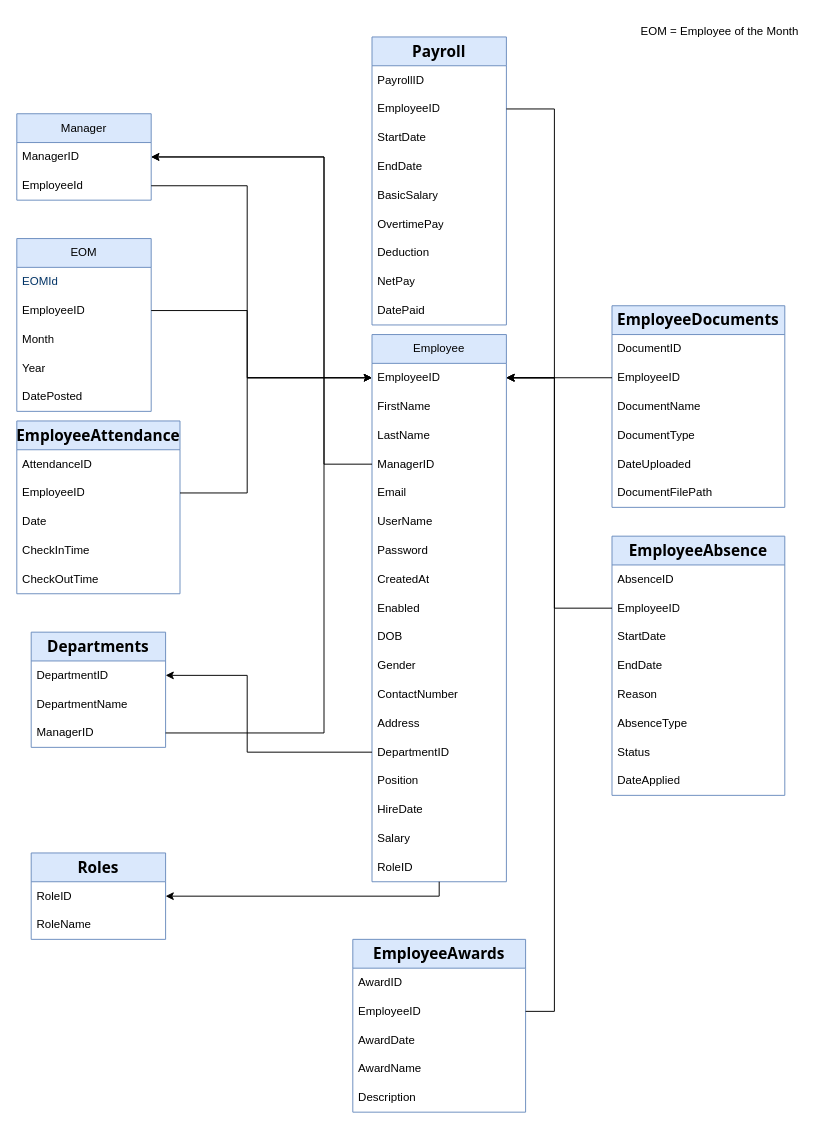
This is UML.drawio from Avin-Salih/UML, a draw.io file, before an edit. Source tidied: cells renumbered, new cells numbered last; positions are measured from the earlier drawing's top-left corner, leaving out a move shared by most shapes. Both pictures are drawn from the tidied source at 96%, with x=0, y=0 at pixel (16, 16).
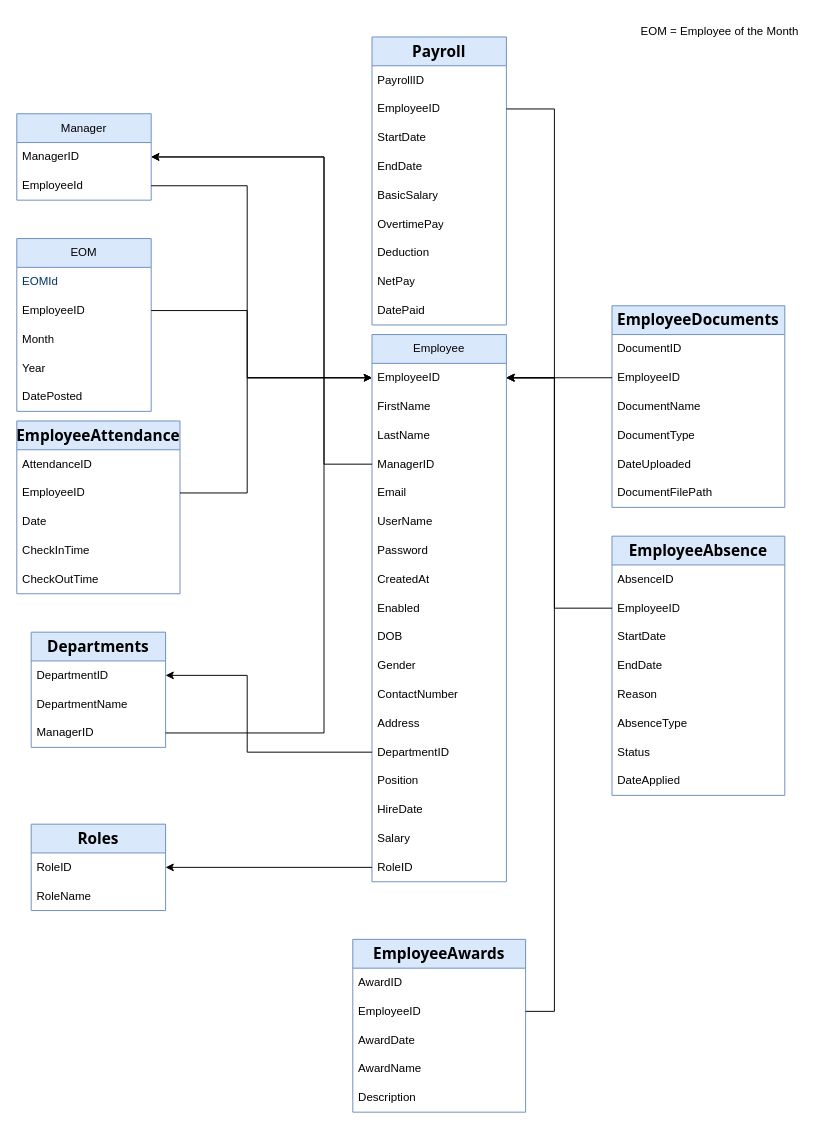
The same page after the edit.

Commit message:
Final UML(Second Mock).drawio

Unchanged cells that the change refers to:
```xml
<mxCell id="20" value="RoleID" style="text;strokeColor=none;fillColor=none;align=left;verticalAlign=middle;spacingLeft=4;spacingRight=4;overflow=hidden;points=[[0,0.5],[1,0.5]];portConstraint=eastwest;whiteSpace=wrap;html=1;" parent="2" vertex="1">
  <mxGeometry y="540" width="140" height="30" as="geometry" />
</mxCell>
<mxCell id="35" value="RoleID" style="text;strokeColor=none;fillColor=none;align=left;verticalAlign=middle;spacingLeft=4;spacingRight=4;overflow=hidden;points=[[0,0.5],[1,0.5]];portConstraint=eastwest;whiteSpace=wrap;html=1;" parent="34" vertex="1">
  <mxGeometry y="30" width="140" height="30" as="geometry" />
</mxCell>
```

Change to the diagram source:
```diff
@@
     <mxCell id="34" value="&lt;strong style=&quot;color: var(--tw-prose-bold); font-size: 16px; border: 0px solid rgb(217, 217, 227); box-sizing: border-box; --tw-border-spacing-x: 0; --tw-border-spacing-y: 0; --tw-translate-x: 0; --tw-translate-y: 0; --tw-rotate: 0; --tw-skew-x: 0; --tw-skew-y: 0; --tw-scale-x: 1; --tw-scale-y: 1; --tw-pan-x: ; --tw-pan-y: ; --tw-pinch-zoom: ; --tw-scroll-snap-strictness: proximity; --tw-gradient-from-position: ; --tw-gradient-via-position: ; --tw-gradient-to-position: ; --tw-ordinal: ; --tw-slashed-zero: ; --tw-numeric-figure: ; --tw-numeric-spacing: ; --tw-numeric-fraction: ; --tw-ring-inset: ; --tw-ring-offset-width: 0px; --tw-ring-offset-color: #fff; --tw-ring-color: rgba(69,89,164,0.5); --tw-ring-offset-shadow: 0 0 transparent; --tw-ring-shadow: 0 0 transparent; --tw-shadow: 0 0 transparent; --tw-shadow-colored: 0 0 transparent; --tw-blur: ; --tw-brightness: ; --tw-contrast: ; --tw-grayscale: ; --tw-hue-rotate: ; --tw-invert: ; --tw-saturate: ; --tw-sepia: ; --tw-drop-shadow: ; --tw-backdrop-blur: ; --tw-backdrop-brightness: ; --tw-backdrop-contrast: ; --tw-backdrop-grayscale: ; --tw-backdrop-hue-rotate: ; --tw-backdrop-invert: ; --tw-backdrop-opacity: ; --tw-backdrop-saturate: ; --tw-backdrop-sepia: ; font-family: Söhne, ui-sans-serif, system-ui, -apple-system, &amp;quot;Segoe UI&amp;quot;, Roboto, Ubuntu, Cantarell, &amp;quot;Noto Sans&amp;quot;, sans-serif, &amp;quot;Helvetica Neue&amp;quot;, Arial, &amp;quot;Apple Color Emoji&amp;quot;, &amp;quot;Segoe UI Emoji&amp;quot;, &amp;quot;Segoe UI Symbol&amp;quot;, &amp;quot;Noto Color Emoji&amp;quot;; text-align: left;&quot;&gt;Roles&lt;/strong&gt;" style="swimlane;fontStyle=0;horizontal=1;startSize=30;whiteSpace=wrap;html=1;fillColor=#dae8fc;strokeColor=#6c8ebf;" parent="1" vertex="1">
-      <mxGeometry x="15" y="871" width="140" height="90" as="geometry" />
+      <mxGeometry x="15" y="841" width="140" height="90" as="geometry" />
     </mxCell>
@@
-    <mxCell id="41" style="edgeStyle=orthogonalEdgeStyle;rounded=0;jettySize=auto;html=1;entryX=1;entryY=0.5;entryDx=0;entryDy=0;" parent="1" edge="1" source="20" target="35">
+    <mxCell id="41" style="edgeStyle=orthogonalEdgeStyle;rounded=0;jettySize=auto;html=1;entryX=1;entryY=0.5;entryDx=0;entryDy=0;exitX=0;exitY=0.5;exitDx=0;exitDy=0;" parent="1" edge="1" source="20" target="35">
       <mxGeometry relative="1" as="geometry">
         <Array as="points">
-          <mxPoint x="155" y="916" />
+          <mxPoint x="155" y="886" />
         </Array>
       </mxGeometry>
     </mxCell>
```
